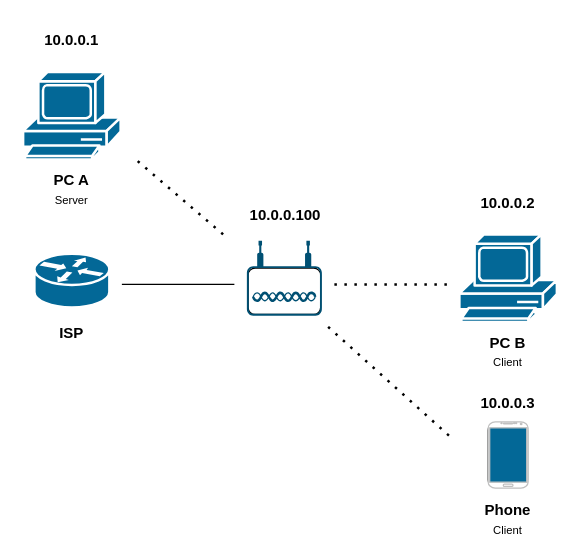
Above: diagrams/performance.drawio in digas99/cm-project-wlan2 (draw.io), before the change. Source tidied: cells renumbered, new cells numbered last; positions are measured from the earlier drawing's top-left corner, leaving out a move shared by most shapes. Both pictures are drawn from the tidied source at 125%, with x=0, y=0 at pixel (22, 21).
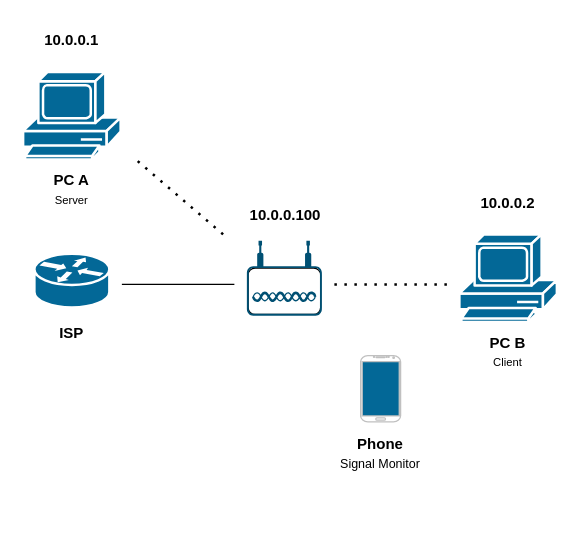
Above is the later version.

Diff of the diagram source:
```diff
@@
-    <mxCell id="8" style="endArrow=none;dashed=1;html=1;dashPattern=1 3;strokeWidth=2;rounded=0;" parent="1" edge="1">
-      <mxGeometry relative="1" as="geometry">
-        <mxPoint x="244" y="244" as="sourcePoint" />
-        <mxPoint x="344" y="334" as="targetPoint" />
-      </mxGeometry>
-    </mxCell>
     <mxCell id="9" style="group;" parent="1" vertex="1">
-      <mxGeometry x="372" y="320" width="32" height="53" as="geometry" />
+      <mxGeometry x="270" y="267" width="32" height="53" as="geometry" />
     </mxCell>
@@
-    <mxCell id="14" value="&lt;b&gt;Phone&lt;/b&gt;&lt;br&gt;&lt;font style=&quot;font-size: 9px;&quot;&gt;Client&lt;/font&gt;" style="text;html=1;strokeColor=none;fillColor=none;align=center;verticalAlign=middle;whiteSpace=wrap;rounded=0;" parent="1" vertex="1">
-      <mxGeometry x="358" y="383" width="60" height="30" as="geometry" />
+    <mxCell id="14" value="&lt;b&gt;Phone&lt;/b&gt;&lt;br&gt;&lt;font size=&quot;1&quot;&gt;Signal Monitor&lt;/font&gt;" style="text;html=1;strokeColor=none;fillColor=none;align=center;verticalAlign=middle;whiteSpace=wrap;rounded=0;" parent="1" vertex="1">
+      <mxGeometry x="250" y="330" width="72" height="30" as="geometry" />
     </mxCell>
@@
-    <mxCell id="17" value="&lt;b&gt;10.0.0.3&lt;/b&gt;" style="text;html=1;strokeColor=none;fillColor=none;align=center;verticalAlign=middle;whiteSpace=wrap;rounded=0;" parent="1" vertex="1">
-      <mxGeometry x="358" y="290" width="60" height="30" as="geometry" />
-    </mxCell>
```
